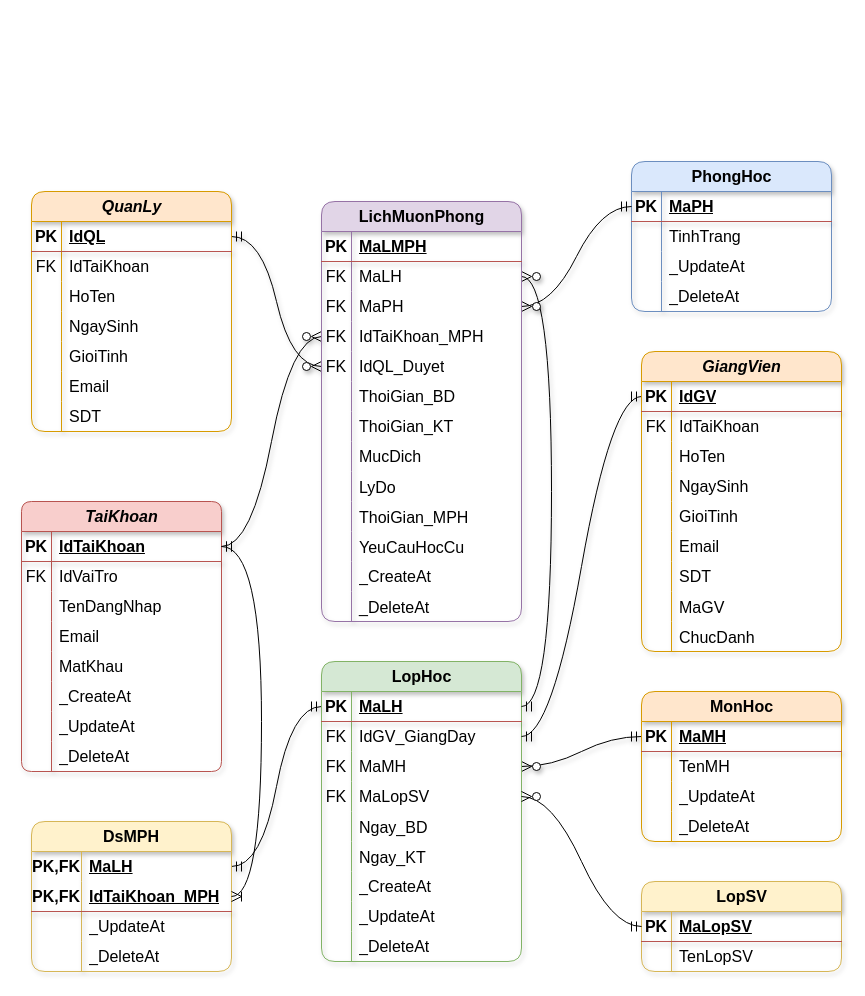
Before: page "Page-2" (2 of 2) of Sơ đồ diagram -Complete.drawio in Chinhddemon/QlMuonPhongHoc, a draw.io diagram. Source tidied: cells renumbered, new cells numbered last; positions are measured from the earlier drawing's top-left corner, leaving out a move shared by most shapes. Both pictures are drawn from the tidied source at 100%, with x=0, y=0 at pixel (21, 161).
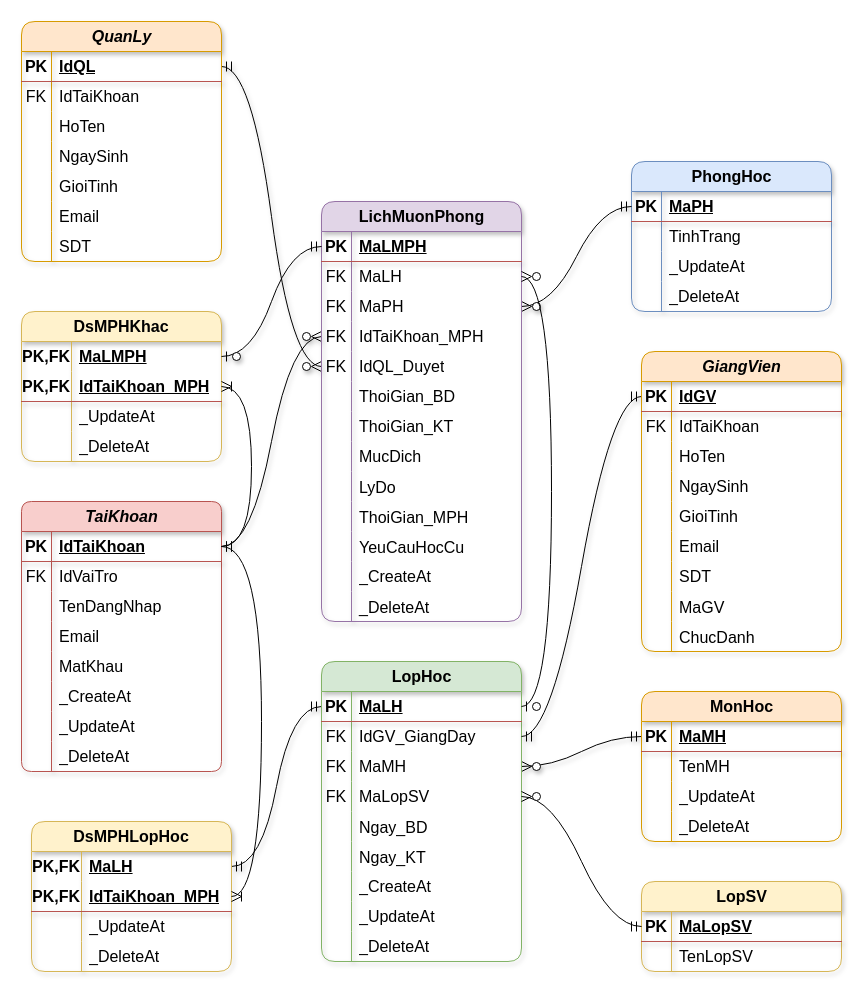
The same diagram, later.

The change refers to these unchanged cells:
```xml
<mxCell id="5" style="shape=tableRow;horizontal=0;startSize=0;swimlaneHead=0;swimlaneBody=0;fillColor=none;points=[[0,0.5],[1,0.5]];portConstraint=eastwest;top=0;left=0;right=0;bottom=1;rounded=1;shadow=1;strokeColor=#b85450;strokeWidth=1;align=center;verticalAlign=middle;fontFamily=Helvetica;fontSize=16;fontColor=default;html=1;" parent="4" vertex="1">
  <mxGeometry y="30" width="200" height="30" as="geometry" />
</mxCell>
<mxCell id="43" style="shape=tableRow;horizontal=0;startSize=0;swimlaneHead=0;swimlaneBody=0;fillColor=none;points=[[0,0.5],[1,0.5]];portConstraint=eastwest;top=0;left=0;right=0;bottom=1;rounded=1;shadow=1;strokeColor=#b85450;strokeWidth=1;align=center;verticalAlign=middle;fontFamily=Helvetica;fontSize=16;fontColor=default;html=1;" parent="42" vertex="1">
  <mxGeometry y="30" width="200" height="30" as="geometry" />
</mxCell>
<mxCell id="161" style="shape=tableRow;horizontal=0;startSize=0;swimlaneHead=0;swimlaneBody=0;fillColor=none;points=[[0,0.5],[1,0.5]];portConstraint=eastwest;top=0;left=0;right=0;bottom=1;rounded=1;shadow=1;strokeColor=#b85450;strokeWidth=1;align=center;verticalAlign=middle;fontFamily=Helvetica;fontSize=16;fontColor=default;html=1;" parent="160" vertex="1">
  <mxGeometry y="30" width="200" height="30" as="geometry" />
</mxCell>
<mxCell id="164" style="shape=tableRow;horizontal=0;startSize=0;swimlaneHead=0;swimlaneBody=0;fillColor=none;points=[[0,0.5],[1,0.5]];portConstraint=eastwest;top=0;left=0;right=0;bottom=0;rounded=1;shadow=1;strokeColor=#b85450;strokeWidth=1;align=center;verticalAlign=middle;fontFamily=Helvetica;fontSize=16;fontColor=default;html=1;" parent="160" vertex="1">
  <mxGeometry y="60" width="200" height="30" as="geometry" />
</mxCell>
```

Change to the diagram source:
```diff
@@
-    <mxCell id="29" value="DsMPH" style="shape=table;startSize=30;childLayout=tableLayout;rowLines=0;fontStyle=1;align=center;html=1;whiteSpace=wrap;rounded=1;shadow=1;strokeColor=#d6b656;strokeWidth=1;verticalAlign=middle;fontFamily=Helvetica;fontSize=16;fillColor=#fff2cc;" parent="1" vertex="1">
+    <mxCell id="29" value="DsMPHLopHoc" style="shape=table;startSize=30;childLayout=tableLayout;rowLines=0;fontStyle=1;align=center;html=1;whiteSpace=wrap;rounded=1;shadow=1;strokeColor=#d6b656;strokeWidth=1;verticalAlign=middle;fontFamily=Helvetica;fontSize=16;fillColor=#fff2cc;" parent="1" vertex="1">
       <mxGeometry x="10" y="660" width="200" height="150" as="geometry" />
     </mxCell>
@@
-    <mxCell id="123" style="edgeStyle=entityRelationEdgeStyle;fontSize=12;html=1;endArrow=ERzeroToMany;startArrow=ERmandOne;rounded=0;startSize=8;endSize=8;curved=1;shadow=1;" parent="1" edge="1" source="43" target="164">
-      <mxGeometry relative="1" as="geometry">
-        <Array as="points">
-          <mxPoint x="270" y="547" />
-        </Array>
-      </mxGeometry>
-    </mxCell>
     <mxCell id="124" value="&lt;i&gt;QuanLy&lt;/i&gt;" style="shape=table;startSize=30;childLayout=tableLayout;rowLines=0;fontStyle=1;align=center;html=1;rounded=1;shadow=1;strokeColor=#d79b00;strokeWidth=1;verticalAlign=middle;fontFamily=Helvetica;fontSize=16;fillColor=#ffe6cc;" parent="1" vertex="1">
-      <mxGeometry x="10" y="30" width="200" height="240" as="geometry" />
+      <mxGeometry y="-140" width="200" height="240" as="geometry" />
     </mxCell>
@@
+    <mxCell id="200" value="DsMPHKhac" style="shape=table;startSize=30;childLayout=tableLayout;rowLines=0;fontStyle=1;align=center;html=1;whiteSpace=wrap;rounded=1;shadow=1;strokeColor=#d6b656;strokeWidth=1;verticalAlign=middle;fontFamily=Helvetica;fontSize=16;fillColor=#fff2cc;" parent="1" vertex="1">
+      <mxGeometry y="150" width="200" height="150" as="geometry" />
+    </mxCell>
+    <mxCell id="201" style="shape=tableRow;horizontal=0;startSize=0;swimlaneHead=0;swimlaneBody=0;fillColor=none;points=[[0,0.5],[1,0.5]];portConstraint=eastwest;top=0;left=0;right=0;bottom=0;html=1;rounded=1;shadow=1;strokeColor=#b85450;strokeWidth=1;align=center;verticalAlign=middle;fontFamily=Helvetica;fontSize=16;fontColor=default;" parent="200" vertex="1">
+      <mxGeometry y="30" width="200" height="30" as="geometry" />
+    </mxCell>
+    <mxCell id="202" value="PK,FK" style="shape=partialRectangle;fillColor=none;top=0;left=0;bottom=0;right=0;fontStyle=1;overflow=hidden;html=1;whiteSpace=wrap;rounded=1;shadow=1;strokeColor=#b85450;strokeWidth=1;align=center;verticalAlign=middle;fontFamily=Helvetica;fontSize=16;fontColor=default;startSize=30;" parent="201" vertex="1">
+      <mxGeometry width="50" height="30" as="geometry" />
+    </mxCell>
+    <mxCell id="203" value="MaLMPH" style="shape=partialRectangle;fillColor=none;top=0;left=0;bottom=0;right=0;align=left;spacingLeft=6;fontStyle=5;overflow=hidden;html=1;whiteSpace=wrap;rounded=1;shadow=1;strokeColor=#b85450;strokeWidth=1;verticalAlign=middle;fontFamily=Helvetica;fontSize=16;fontColor=default;startSize=30;" parent="201" vertex="1">
+      <mxGeometry x="50" width="150" height="30" as="geometry" />
+    </mxCell>
+    <mxCell id="204" style="shape=tableRow;horizontal=0;startSize=0;swimlaneHead=0;swimlaneBody=0;fillColor=none;points=[[0,0.5],[1,0.5]];portConstraint=eastwest;top=0;left=0;right=0;bottom=1;html=1;rounded=1;shadow=1;strokeColor=#b85450;strokeWidth=1;align=center;verticalAlign=middle;fontFamily=Helvetica;fontSize=16;fontColor=default;" parent="200" vertex="1">
+      <mxGeometry y="60" width="200" height="30" as="geometry" />
+    </mxCell>
+    <mxCell id="205" value="PK,FK" style="shape=partialRectangle;fillColor=none;top=0;left=0;bottom=0;right=0;fontStyle=1;overflow=hidden;html=1;whiteSpace=wrap;rounded=1;shadow=1;strokeColor=#b85450;strokeWidth=1;align=center;verticalAlign=middle;fontFamily=Helvetica;fontSize=16;fontColor=default;startSize=30;" parent="204" vertex="1">
+      <mxGeometry width="50" height="30" as="geometry" />
+    </mxCell>
+    <mxCell id="206" value="IdTaiKhoan_MPH" style="shape=partialRectangle;fillColor=none;top=0;left=0;bottom=0;right=0;align=left;spacingLeft=6;fontStyle=5;overflow=hidden;html=1;whiteSpace=wrap;rounded=1;shadow=1;strokeColor=#b85450;strokeWidth=1;verticalAlign=middle;fontFamily=Helvetica;fontSize=16;fontColor=default;startSize=30;" parent="204" vertex="1">
+      <mxGeometry x="50" width="150" height="30" as="geometry" />
+    </mxCell>
+    <mxCell id="207" style="shape=tableRow;horizontal=0;startSize=0;swimlaneHead=0;swimlaneBody=0;fillColor=none;top=0;left=0;right=0;bottom=0;html=1;rounded=1;shadow=1;strokeColor=#b85450;strokeWidth=1;align=center;verticalAlign=middle;fontFamily=Helvetica;fontSize=16;fontColor=default;" parent="200" vertex="1">
+      <mxGeometry y="90" width="200" height="30" as="geometry" />
+    </mxCell>
+    <mxCell id="208" style="shape=partialRectangle;fillColor=none;top=0;left=0;bottom=0;right=0;overflow=hidden;html=1;whiteSpace=wrap;rounded=1;shadow=1;strokeColor=#b85450;strokeWidth=1;align=center;verticalAlign=middle;fontFamily=Helvetica;fontSize=16;fontColor=default;startSize=30;" parent="207" vertex="1">
+      <mxGeometry width="50" height="30" as="geometry" />
+    </mxCell>
+    <mxCell id="209" value="_UpdateAt" style="shape=partialRectangle;fillColor=none;top=0;left=0;bottom=0;right=0;align=left;spacingLeft=6;overflow=hidden;html=1;whiteSpace=wrap;rounded=1;shadow=1;strokeColor=#b85450;strokeWidth=1;verticalAlign=middle;fontFamily=Helvetica;fontSize=16;fontColor=default;startSize=30;" parent="207" vertex="1">
+      <mxGeometry x="50" width="150" height="30" as="geometry" />
+    </mxCell>
+    <mxCell id="210" style="shape=tableRow;horizontal=0;startSize=0;swimlaneHead=0;swimlaneBody=0;fillColor=none;top=0;left=0;right=0;bottom=0;html=1;rounded=1;shadow=1;strokeColor=#b85450;strokeWidth=1;align=center;verticalAlign=middle;fontFamily=Helvetica;fontSize=16;fontColor=default;" parent="200" vertex="1">
+      <mxGeometry y="120" width="200" height="30" as="geometry" />
+    </mxCell>
+    <mxCell id="211" style="shape=partialRectangle;fillColor=none;top=0;left=0;bottom=0;right=0;overflow=hidden;html=1;whiteSpace=wrap;rounded=1;shadow=1;strokeColor=#b85450;strokeWidth=1;align=center;verticalAlign=middle;fontFamily=Helvetica;fontSize=16;fontColor=default;startSize=30;" parent="210" vertex="1">
+      <mxGeometry width="50" height="30" as="geometry" />
+    </mxCell>
+    <mxCell id="212" value="_DeleteAt" style="shape=partialRectangle;fillColor=none;top=0;left=0;bottom=0;right=0;align=left;spacingLeft=6;overflow=hidden;html=1;whiteSpace=wrap;rounded=1;shadow=1;strokeColor=#b85450;strokeWidth=1;verticalAlign=middle;fontFamily=Helvetica;fontSize=16;fontColor=default;startSize=30;" parent="210" vertex="1">
+      <mxGeometry x="50" width="150" height="30" as="geometry" />
+    </mxCell>
+    <mxCell id="123" style="edgeStyle=entityRelationEdgeStyle;fontSize=12;html=1;endArrow=ERzeroToMany;startArrow=ERzeroToOne;rounded=0;startSize=8;endSize=8;curved=1;" parent="1" edge="1" source="43" target="164">
+      <mxGeometry relative="1" as="geometry" />
+    </mxCell>
+    <mxCell id="213" style="edgeStyle=entityRelationEdgeStyle;fontSize=12;html=1;endArrow=ERzeroToOne;startArrow=ERmandOne;rounded=0;fontFamily=Helvetica;fontColor=default;startSize=8;endSize=8;curved=1;shadow=1;" parent="1" edge="1" source="161" target="201">
+      <mxGeometry relative="1" as="geometry" />
+    </mxCell>
+    <mxCell id="214" style="edgeStyle=entityRelationEdgeStyle;fontSize=12;html=1;endArrow=ERoneToMany;startArrow=ERmandOne;rounded=0;startSize=8;endSize=8;curved=1;" parent="1" edge="1" source="5" target="204">
+      <mxGeometry relative="1" as="geometry" />
+    </mxCell>
```
